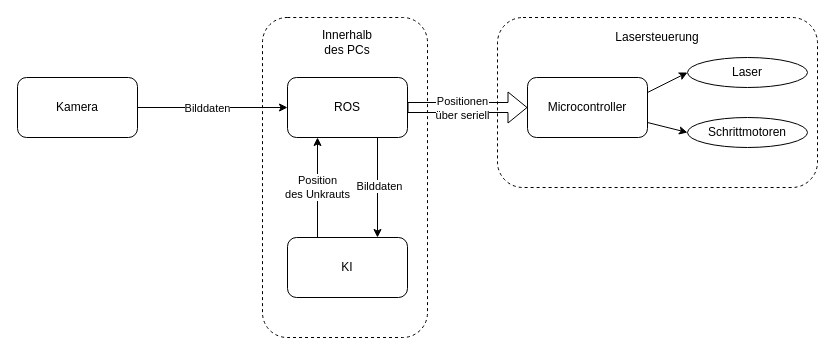
This is jufo_flowchart.drawio from noahsleepy/jufo25_unkrautsystem_gantry_driver, a draw.io file, before an edit. Source tidied: cells renumbered, new cells numbered last; positions are measured from the earlier drawing's top-left corner, leaving out a move shared by most shapes. Both pictures are drawn from the tidied source at 100%, with x=0, y=0 at pixel (17, 17).
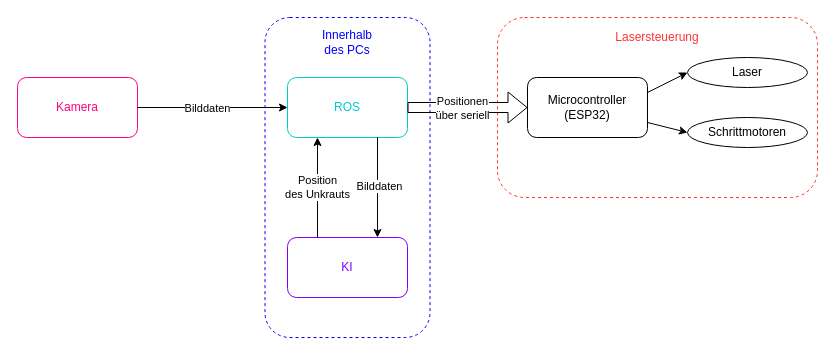
Above is the later version.

The edit, as a diff of the source:
```diff
@@
-    <mxCell id="2" value="Kamera" style="rounded=1;whiteSpace=wrap;html=1;" parent="1" vertex="1">
+    <mxCell id="2" value="Kamera" style="rounded=1;whiteSpace=wrap;html=1;strokeColor=#FF0080;fontColor=#FF0080;" parent="1" vertex="1">
       <mxGeometry y="60" width="120" height="60" as="geometry" />
     </mxCell>
@@
-    <mxCell id="5" value="ROS" style="rounded=1;whiteSpace=wrap;html=1;" parent="1" vertex="1">
+    <mxCell id="5" value="ROS" style="rounded=1;whiteSpace=wrap;html=1;strokeColor=#00CCCC;fontColor=#00CCCC;" parent="1" vertex="1">
       <mxGeometry x="270" y="60" width="120" height="60" as="geometry" />
     </mxCell>
-    <mxCell id="6" value="KI" style="rounded=1;whiteSpace=wrap;html=1;" parent="1" vertex="1">
+    <mxCell id="6" value="KI" style="rounded=1;whiteSpace=wrap;html=1;strokeColor=#7F00FF;fontColor=#7F00FF;" parent="1" vertex="1">
       <mxGeometry x="270" y="220" width="120" height="60" as="geometry" />
     </mxCell>
@@
-    <mxCell id="10" value="Microcontroller" style="rounded=1;whiteSpace=wrap;html=1;" parent="1" vertex="1">
+    <mxCell id="10" value="Microcontroller&lt;div&gt;(ESP32)&lt;/div&gt;" style="rounded=1;whiteSpace=wrap;html=1;" parent="1" vertex="1">
       <mxGeometry x="510" y="60" width="120" height="60" as="geometry" />
     </mxCell>
@@
-    <mxCell id="15" style="rounded=1;whiteSpace=wrap;html=1;fillColor=none;dashed=1;" parent="1" vertex="1">
-      <mxGeometry x="245" width="165" height="320" as="geometry" />
+    <mxCell id="15" style="rounded=1;whiteSpace=wrap;html=1;fillColor=none;dashed=1;fontColor=#0000FF;strokeColor=#0000FF;" parent="1" vertex="1">
+      <mxGeometry x="247.5" width="165" height="320" as="geometry" />
     </mxCell>
-    <mxCell id="16" value="Innerhalb des PCs" style="text;html=1;align=center;verticalAlign=middle;whiteSpace=wrap;rounded=0;" parent="1" vertex="1">
+    <mxCell id="16" value="Innerhalb des PCs" style="text;html=1;align=center;verticalAlign=middle;whiteSpace=wrap;rounded=0;fontColor=#0000FF;" parent="1" vertex="1">
       <mxGeometry x="300" y="10" width="60" height="30" as="geometry" />
     </mxCell>
-    <mxCell id="17" style="rounded=1;whiteSpace=wrap;html=1;fillColor=none;dashed=1;" parent="1" vertex="1">
-      <mxGeometry x="480" width="320" height="170" as="geometry" />
+    <mxCell id="17" style="rounded=1;whiteSpace=wrap;html=1;fillColor=none;dashed=1;strokeColor=#FF3333;" parent="1" vertex="1">
+      <mxGeometry x="480" width="320" height="180" as="geometry" />
     </mxCell>
-    <mxCell id="18" value="Lasersteuerung" style="text;html=1;align=center;verticalAlign=middle;whiteSpace=wrap;rounded=0;" parent="1" vertex="1">
+    <mxCell id="18" value="Lasersteuerung" style="text;html=1;align=center;verticalAlign=middle;whiteSpace=wrap;rounded=0;fontColor=#FF3333;" parent="1" vertex="1">
       <mxGeometry x="590" y="10" width="100" height="20" as="geometry" />
     </mxCell>
```
